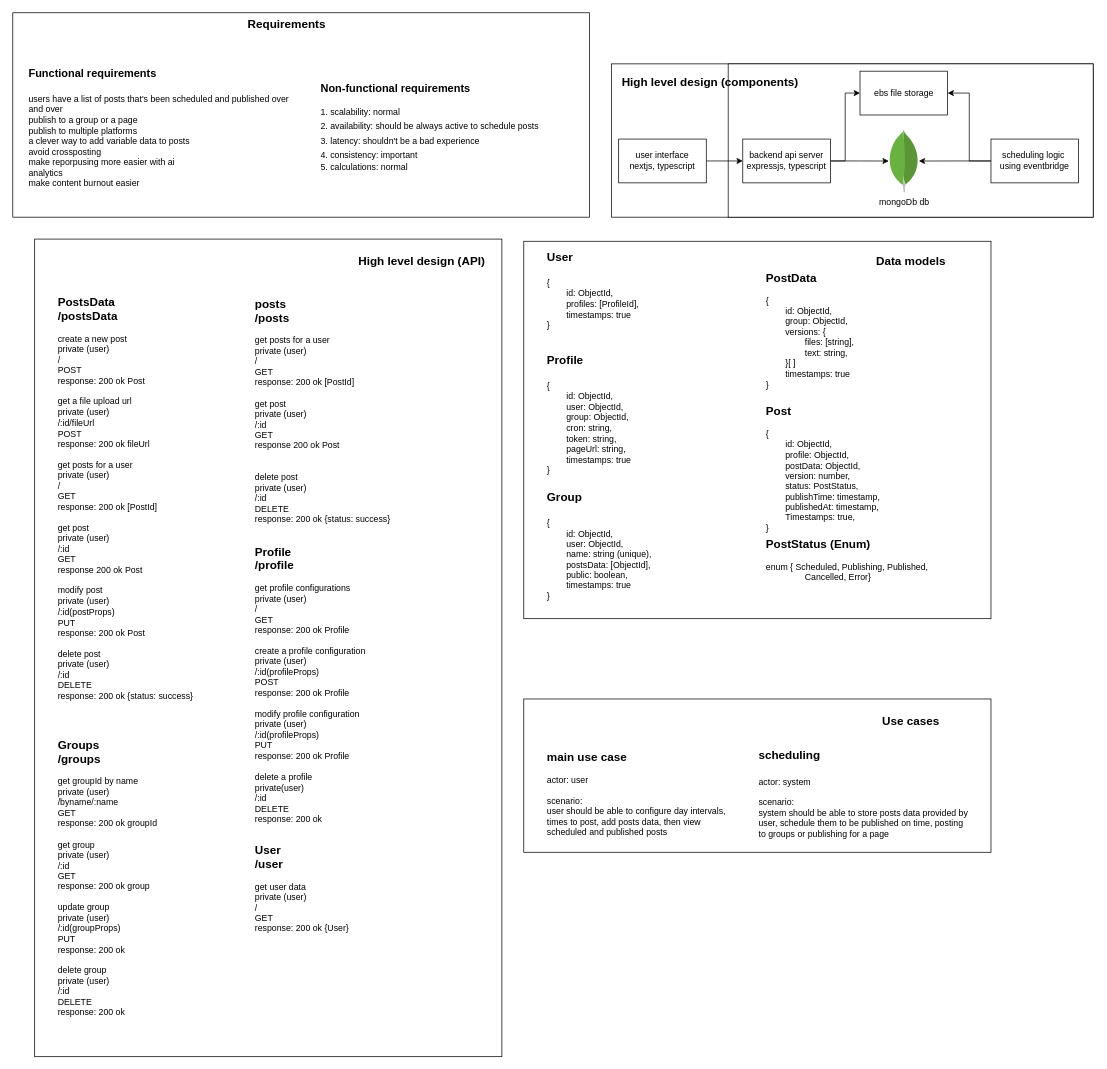
Above: page "high-level" (1 of 5) of auto-post.drawio in ahmed-elbehairy7/pamylka-system-design (draw.io), before the change. Source tidied: cells renumbered, new cells numbered last; positions are measured from the earlier drawing's top-left corner, leaving out a move shared by most shapes. Both pictures are drawn from the tidied source at 73%, with x=0, y=0 at pixel (12, 12).
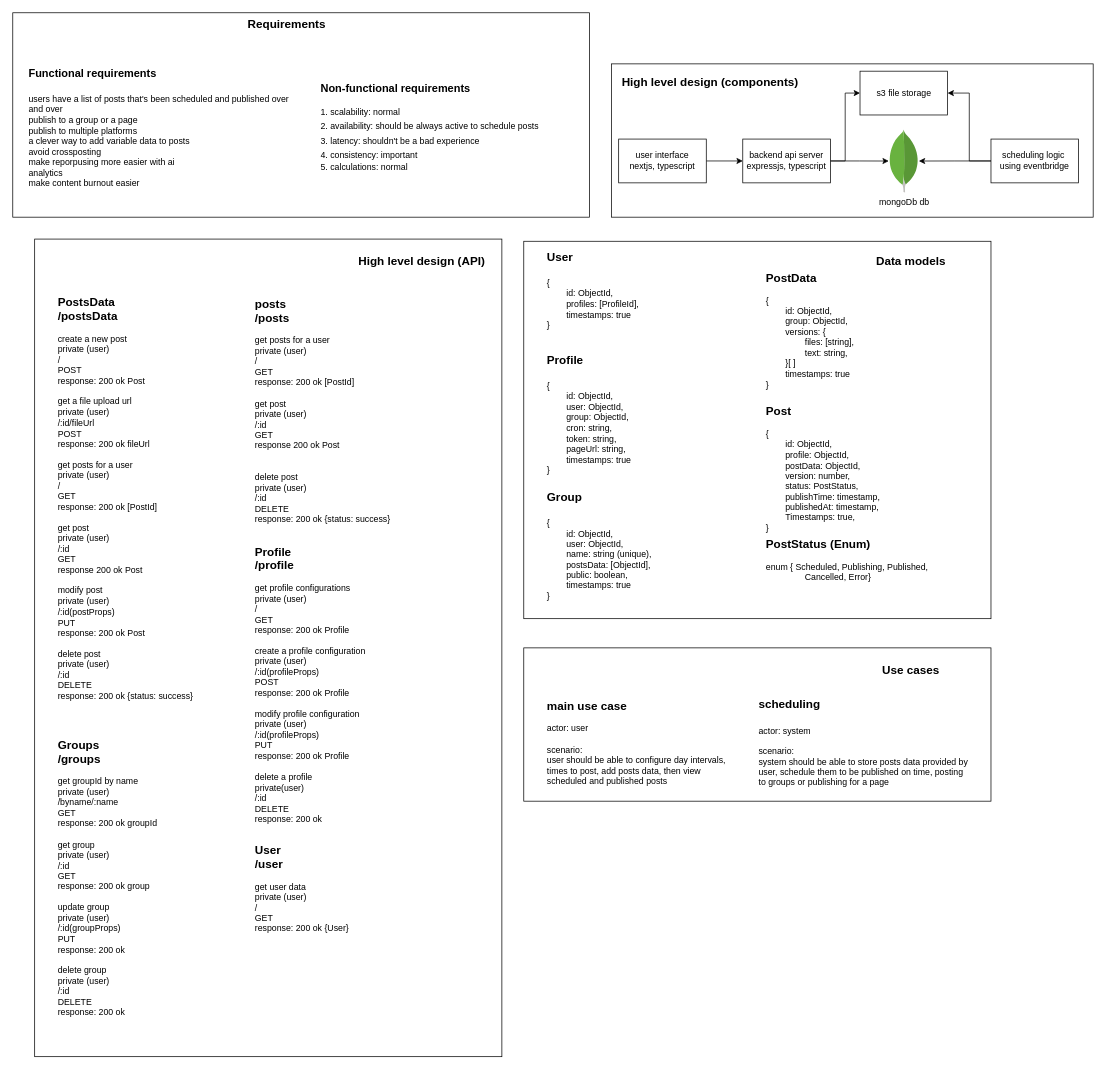
The same diagram, later.

The change refers to these unchanged cells:
```xml
<mxCell id="2" style="group;" parent="1" vertex="1">
  <mxGeometry x="820" y="70" width="662" height="210" as="geometry" />
</mxCell>
```

The edit, as a diff of the source:
```diff
@@
-    <mxCell id="4" style="whiteSpace=wrap;html=1;fontSize=10;" parent="2" vertex="1">
-      <mxGeometry x="160" width="500" height="210" as="geometry" />
-    </mxCell>
@@
-    <mxCell id="15" value="ebs file storage" style="rounded=0;whiteSpace=wrap;html=1;" parent="2" vertex="1">
+    <mxCell id="15" value="s3 file storage" style="rounded=0;whiteSpace=wrap;html=1;" parent="2" vertex="1">
       <mxGeometry x="340.6" y="10" width="120" height="60" as="geometry" />
     </mxCell>
@@
     <mxCell id="29" style="group;" parent="1" vertex="1">
-      <mxGeometry x="700" y="940" width="640" height="214" as="geometry" />
+      <mxGeometry x="700" y="870" width="640" height="214" as="geometry" />
     </mxCell>
```
